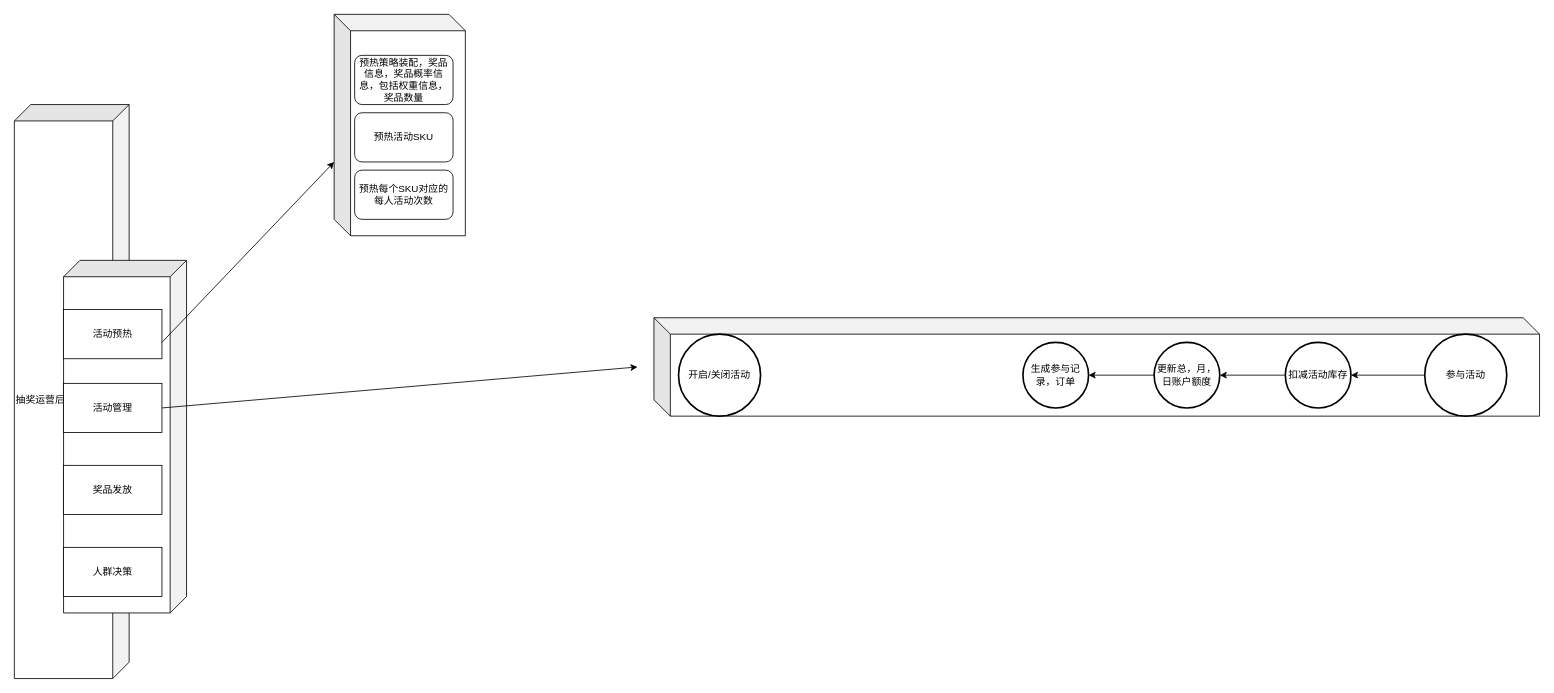
Before: 营销模块架构图.drawio in yp001001/pay, a draw.io diagram. Source tidied: cells renumbered, new cells numbered last; positions are measured from the earlier drawing's top-left corner, leaving out a move shared by most shapes. Both pictures are drawn from the tidied source at 82%, with x=0, y=0 at pixel (14, 14).
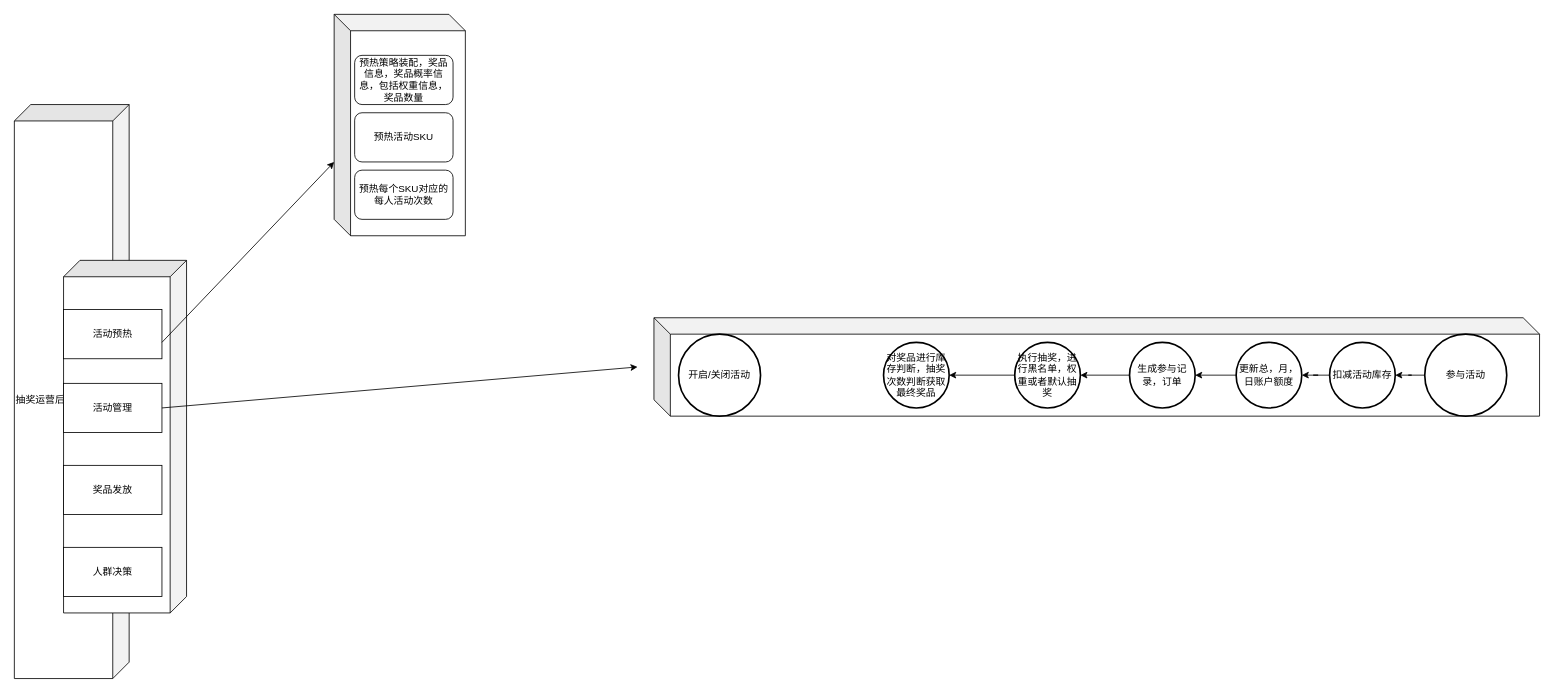
Above is the later version.

Commit message:
更新营销模块架构图.drawio

What changed in the source:
```diff
@@
     <mxCell id="19" value="扣减活动库存" style="ellipse;whiteSpace=wrap;html=1;strokeWidth=2;" parent="1" vertex="1">
-      <mxGeometry x="1550" y="400" width="80" height="80" as="geometry" />
+      <mxGeometry x="1604" y="400" width="80" height="80" as="geometry" />
     </mxCell>
@@
     <mxCell id="21" value="更新总，月，日账户额度" style="ellipse;whiteSpace=wrap;html=1;strokeWidth=2;" parent="1" vertex="1">
-      <mxGeometry x="1390" y="400" width="80" height="80" as="geometry" />
+      <mxGeometry x="1490" y="400" width="80" height="80" as="geometry" />
     </mxCell>
+    <mxCell id="23" style="edgeStyle=orthogonalEdgeStyle;rounded=0;jettySize=auto;html=1;" parent="1" edge="1" source="22" target="25">
+      <mxGeometry relative="1" as="geometry" />
+    </mxCell>
     <mxCell id="22" value="生成参与记录，订单" style="ellipse;whiteSpace=wrap;html=1;strokeWidth=2;" parent="1" vertex="1">
-      <mxGeometry x="1230" y="400" width="80" height="80" as="geometry" />
+      <mxGeometry x="1360" y="400" width="80" height="80" as="geometry" />
     </mxCell>
+    <mxCell id="24" style="edgeStyle=orthogonalEdgeStyle;rounded=0;jettySize=auto;html=1;" parent="1" edge="1" source="25" target="26">
+      <mxGeometry relative="1" as="geometry" />
+    </mxCell>
+    <mxCell id="25" value="执行抽奖，进行黑名单，权重或者默认抽奖" style="ellipse;whiteSpace=wrap;html=1;strokeWidth=2;" parent="1" vertex="1">
+      <mxGeometry x="1220" y="400" width="80" height="80" as="geometry" />
+    </mxCell>
+    <mxCell id="26" value="对奖品进行库存判断，抽奖次数判断获取最终奖品" style="ellipse;whiteSpace=wrap;html=1;strokeWidth=2;" parent="1" vertex="1">
+      <mxGeometry x="1060" y="400" width="80" height="80" as="geometry" />
+    </mxCell>
```
